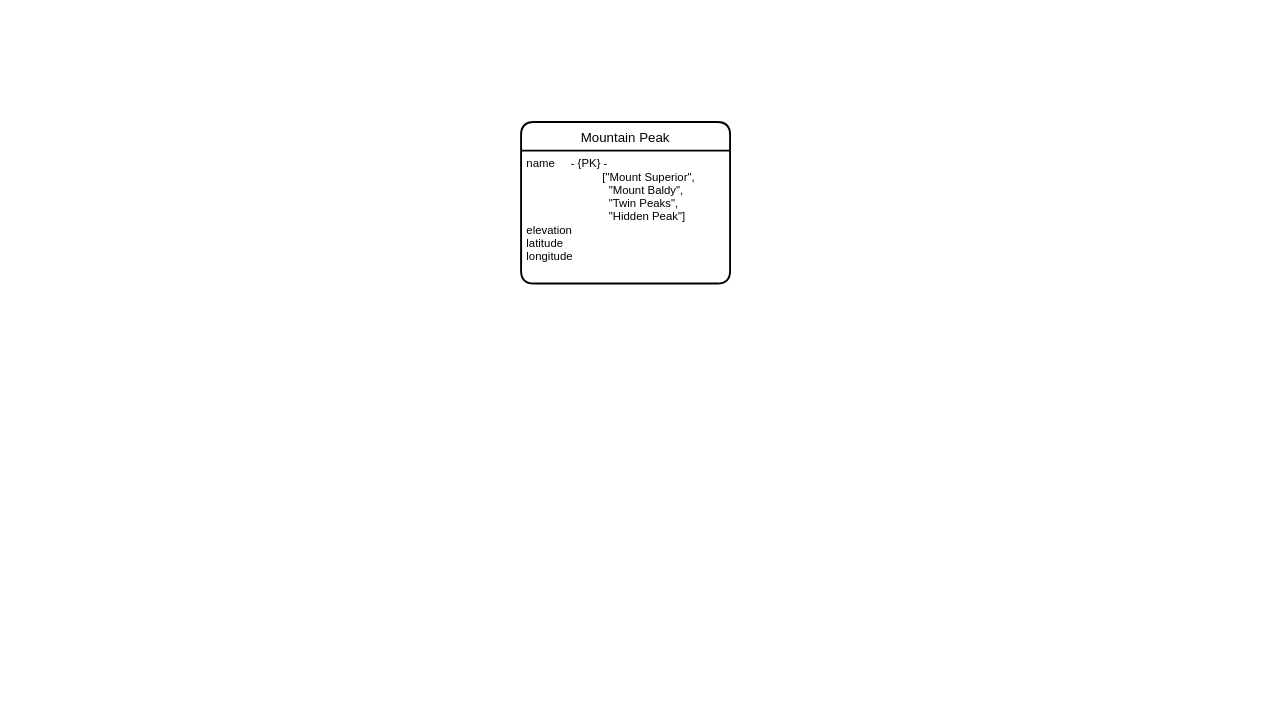
Before: astra-QR-client/Untitled Diagram.drawio in Leelakrishna2091997/astraCloud-client, a draw.io diagram. Source tidied: cells renumbered, new cells numbered last; positions are measured from the earlier drawing's top-left corner, leaving out a move shared by most shapes. Both pictures are drawn from the tidied source at 95%, with x=0, y=0 at pixel (521, 122).
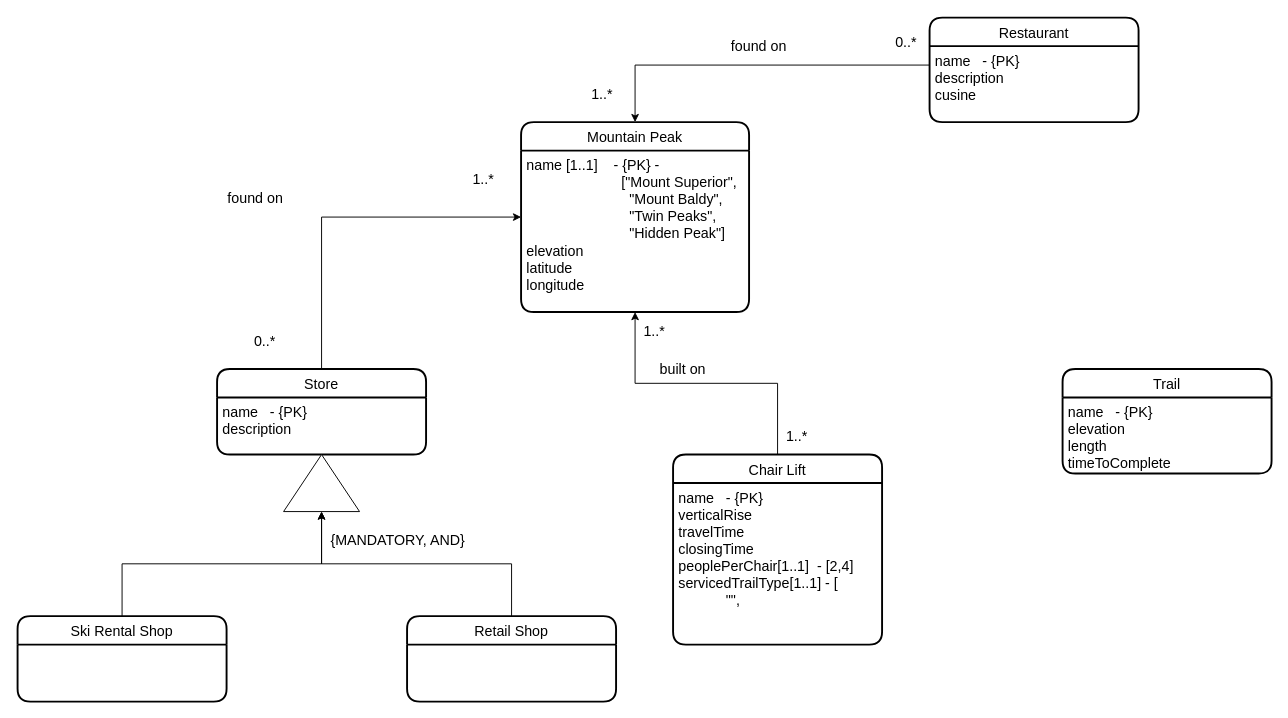
The same diagram, later.

The edit, as a diff of the source:
```diff
@@
-    <mxCell id="2" value="Mountain Peak" style="swimlane;horizontal=1;startSize=30;rounded=1;fontSize=14;fontStyle=0;strokeWidth=2;shadow=0;dashed=0;align=center;" parent="1" vertex="1">
-      <mxGeometry width="220" height="170" as="geometry" />
+    <mxCell id="2" value="Mountain Peak" style="swimlane;horizontal=1;startSize=30;rounded=1;fontSize=15;fontStyle=0;strokeWidth=2;shadow=0;dashed=0;align=center;" parent="1" vertex="1">
+      <mxGeometry width="240" height="200" as="geometry" />
     </mxCell>
-    <mxCell id="3" value="name     - {PK} - &#10;                        [&quot;Mount Superior&quot;, &#10;                          &quot;Mount Baldy&quot;, &#10;                          &quot;Twin Peaks&quot;, &#10;                          &quot;Hidden Peak&quot;]&#10;elevation&#10;latitude&#10;longitude&#10;" style="align=left;strokeColor=none;fillColor=none;spacingLeft=4;fontSize=12;verticalAlign=top;" parent="2" vertex="1">
-      <mxGeometry y="30" width="220" height="140" as="geometry" />
+    <mxCell id="3" value="name [1..1]    - {PK} - &#10;                        [&quot;Mount Superior&quot;, &#10;                          &quot;Mount Baldy&quot;, &#10;                          &quot;Twin Peaks&quot;, &#10;                          &quot;Hidden Peak&quot;]&#10;elevation&#10;latitude&#10;longitude&#10;" style="align=left;strokeColor=none;fillColor=none;spacingLeft=4;fontSize=15;verticalAlign=top;" parent="2" vertex="1">
+      <mxGeometry y="30" width="240" height="170" as="geometry" />
     </mxCell>
+    <mxCell id="4" style="edgeStyle=orthogonalEdgeStyle;rounded=0;jettySize=auto;html=1;exitX=0.5;exitY=0;exitDx=0;exitDy=0;entryX=0;entryY=0.5;entryDx=0;entryDy=0;fontSize=15;" parent="1" edge="1" source="5" target="2">
+      <mxGeometry relative="1" as="geometry" />
+    </mxCell>
+    <mxCell id="5" value="Store" style="swimlane;horizontal=1;startSize=30;rounded=1;fontSize=15;fontStyle=0;strokeWidth=2;shadow=0;dashed=0;align=center;" parent="1" vertex="1">
+      <mxGeometry x="-320" y="260" width="220" height="90" as="geometry" />
+    </mxCell>
+    <mxCell id="6" value="name   - {PK}&#10;description&#10;" style="align=left;strokeColor=none;fillColor=none;spacingLeft=4;fontSize=15;verticalAlign=top;" parent="5" vertex="1">
+      <mxGeometry y="30" width="220" height="60" as="geometry" />
+    </mxCell>
+    <mxCell id="7" style="edgeStyle=orthogonalEdgeStyle;rounded=0;jettySize=auto;html=1;exitX=0.5;exitY=0;exitDx=0;exitDy=0;fontSize=15;" parent="1" edge="1" source="8" target="11">
+      <mxGeometry relative="1" as="geometry" />
+    </mxCell>
+    <mxCell id="8" value="Retail Shop" style="swimlane;horizontal=1;startSize=30;rounded=1;fontSize=15;fontStyle=0;strokeWidth=2;shadow=0;dashed=0;align=center;" parent="1" vertex="1">
+      <mxGeometry x="-120" y="520" width="220" height="90" as="geometry" />
+    </mxCell>
+    <mxCell id="9" style="edgeStyle=orthogonalEdgeStyle;rounded=0;jettySize=auto;html=1;exitX=0.5;exitY=0;exitDx=0;exitDy=0;fontSize=15;" parent="1" edge="1" source="10" target="11">
+      <mxGeometry relative="1" as="geometry" />
+    </mxCell>
+    <mxCell id="10" value="Ski Rental Shop" style="swimlane;horizontal=1;startSize=30;rounded=1;fontSize=15;fontStyle=0;strokeWidth=2;shadow=0;dashed=0;align=center;" parent="1" vertex="1">
+      <mxGeometry x="-530" y="520" width="220" height="90" as="geometry" />
+    </mxCell>
+    <mxCell id="11" style="triangle;whiteSpace=wrap;html=1;fontSize=15;rotation=-90;" parent="1" vertex="1">
+      <mxGeometry x="-240" y="340" width="60" height="80" as="geometry" />
+    </mxCell>
+    <mxCell id="12" value="{MANDATORY, AND}" style="text;html=1;align=center;verticalAlign=middle;strokeColor=none;fillColor=none;fontSize=15;" parent="1" vertex="1">
+      <mxGeometry x="-215" y="425" width="170" height="30" as="geometry" />
+    </mxCell>
+    <mxCell id="13" value="0..*" style="text;html=1;align=center;verticalAlign=middle;strokeColor=none;fillColor=none;fontSize=15;" parent="1" vertex="1">
+      <mxGeometry x="-295" y="215" width="50" height="30" as="geometry" />
+    </mxCell>
+    <mxCell id="14" value="1..*" style="text;html=1;align=center;verticalAlign=middle;strokeColor=none;fillColor=none;fontSize=15;" parent="1" vertex="1">
+      <mxGeometry x="-65" y="45" width="50" height="30" as="geometry" />
+    </mxCell>
+    <mxCell id="15" value="found on" style="text;html=1;align=center;verticalAlign=middle;strokeColor=none;fillColor=none;fontSize=15;" parent="1" vertex="1">
+      <mxGeometry x="-320" y="65" width="80" height="30" as="geometry" />
+    </mxCell>
+    <mxCell id="16" value="Restaurant" style="swimlane;horizontal=1;startSize=30;rounded=1;fontSize=15;fontStyle=0;strokeWidth=2;shadow=0;dashed=0;align=center;" parent="1" vertex="1">
+      <mxGeometry x="430" y="-110" width="220" height="110" as="geometry" />
+    </mxCell>
+    <mxCell id="17" value="name   - {PK}&#10;description&#10;cusine&#10;&#10;&#10;" style="align=left;strokeColor=none;fillColor=none;spacingLeft=4;fontSize=15;verticalAlign=top;" parent="16" vertex="1">
+      <mxGeometry y="30" width="220" height="80" as="geometry" />
+    </mxCell>
+    <mxCell id="18" style="edgeStyle=orthogonalEdgeStyle;rounded=0;jettySize=auto;html=1;exitX=0;exitY=0.25;exitDx=0;exitDy=0;entryX=0.5;entryY=0;entryDx=0;entryDy=0;fontSize=15;" parent="1" edge="1" source="17" target="2">
+      <mxGeometry relative="1" as="geometry" />
+    </mxCell>
+    <mxCell id="19" value="found on" style="text;html=1;align=center;verticalAlign=middle;strokeColor=none;fillColor=none;fontSize=15;" parent="1" vertex="1">
+      <mxGeometry x="210" y="-95" width="80" height="30" as="geometry" />
+    </mxCell>
+    <mxCell id="20" value="0..*" style="text;html=1;align=center;verticalAlign=middle;strokeColor=none;fillColor=none;fontSize=15;" parent="1" vertex="1">
+      <mxGeometry x="380" y="-100" width="50" height="30" as="geometry" />
+    </mxCell>
+    <mxCell id="21" value="1..*" style="text;html=1;align=center;verticalAlign=middle;strokeColor=none;fillColor=none;fontSize=15;" parent="1" vertex="1">
+      <mxGeometry x="60" y="-45" width="50" height="30" as="geometry" />
+    </mxCell>
+    <mxCell id="22" style="edgeStyle=orthogonalEdgeStyle;rounded=0;jettySize=auto;html=1;exitX=0.5;exitY=0;exitDx=0;exitDy=0;entryX=0.5;entryY=1;entryDx=0;entryDy=0;fontSize=15;" parent="1" edge="1" source="23" target="2">
+      <mxGeometry relative="1" as="geometry" />
+    </mxCell>
+    <mxCell id="23" value="Chair Lift" style="swimlane;horizontal=1;startSize=30;rounded=1;fontSize=15;fontStyle=0;strokeWidth=2;shadow=0;dashed=0;align=center;" parent="1" vertex="1">
+      <mxGeometry x="160" y="350" width="220" height="200" as="geometry" />
+    </mxCell>
+    <mxCell id="24" value="name   - {PK}&#10;verticalRise&#10;travelTime&#10;closingTime&#10;peoplePerChair[1..1]  - [2,4]&#10;servicedTrailType[1..1] - [&#10;            &quot;&quot;,&#10;&#10;&#10;" style="align=left;strokeColor=none;fillColor=none;spacingLeft=4;fontSize=15;verticalAlign=top;" parent="23" vertex="1">
+      <mxGeometry y="30" width="220" height="170" as="geometry" />
+    </mxCell>
+    <mxCell id="25" value="1..*" style="text;html=1;align=center;verticalAlign=middle;strokeColor=none;fillColor=none;fontSize=15;" parent="1" vertex="1">
+      <mxGeometry x="115" y="205" width="50" height="30" as="geometry" />
+    </mxCell>
+    <mxCell id="26" value="1..*" style="text;html=1;align=center;verticalAlign=middle;strokeColor=none;fillColor=none;fontSize=15;" parent="1" vertex="1">
+      <mxGeometry x="265" y="315" width="50" height="30" as="geometry" />
+    </mxCell>
+    <mxCell id="27" value="built on" style="text;html=1;align=center;verticalAlign=middle;strokeColor=none;fillColor=none;fontSize=15;" parent="1" vertex="1">
+      <mxGeometry x="135" y="245" width="70" height="30" as="geometry" />
+    </mxCell>
+    <mxCell id="28" value="Trail" style="swimlane;horizontal=1;startSize=30;rounded=1;fontSize=15;fontStyle=0;strokeWidth=2;shadow=0;dashed=0;align=center;" parent="1" vertex="1">
+      <mxGeometry x="570" y="260" width="220" height="110" as="geometry" />
+    </mxCell>
+    <mxCell id="29" value="name   - {PK}&#10;elevation&#10;length&#10;timeToComplete&#10;&#10;&#10;&#10;" style="align=left;strokeColor=none;fillColor=none;spacingLeft=4;fontSize=15;verticalAlign=top;" parent="28" vertex="1">
+      <mxGeometry y="30" width="220" height="80" as="geometry" />
+    </mxCell>
```
